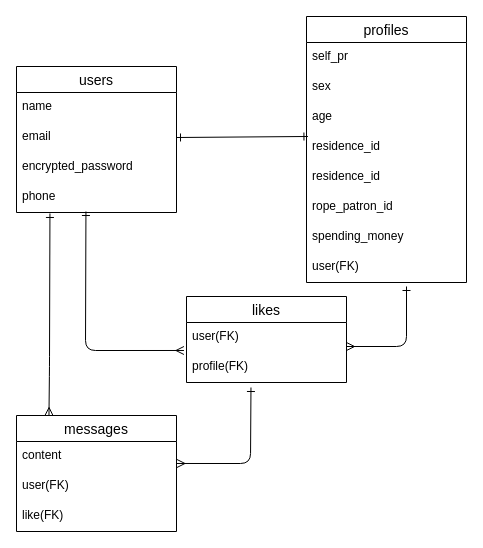
kobanagc/RopeWay keeps this draw.io diagram as ER.dio. Above is the earlier version. Source tidied: cells renumbered, new cells numbered last; positions are measured from the earlier drawing's top-left corner, leaving out a move shared by most shapes. Both pictures are drawn from the tidied source at 100%, with x=0, y=0 at pixel (16, 16).
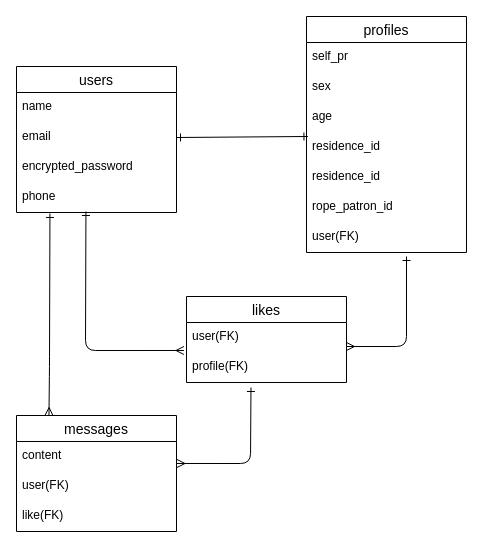
The same page after the edit.

The edit, as a diff of the source:
```diff
@@
     <mxCell id="7" value="profiles" style="swimlane;fontStyle=0;horizontal=1;startSize=26;align=center;fontSize=14;" parent="1" vertex="1">
-      <mxGeometry x="290" width="160" height="266" as="geometry" />
+      <mxGeometry x="290" width="160" height="236" as="geometry" />
     </mxCell>
@@
-    <mxCell id="14" value="spending_money" style="text;strokeColor=none;fillColor=none;spacingLeft=4;spacingRight=4;overflow=hidden;fontSize=12;" parent="7" vertex="1">
-      <mxGeometry y="206" width="160" height="30" as="geometry" />
-    </mxCell>
     <mxCell id="15" value="user(FK)" style="text;strokeColor=none;fillColor=none;spacingLeft=4;spacingRight=4;overflow=hidden;points=[[0,0.5],[1,0.5]];portConstraint=eastwest;fontSize=12;" parent="7" vertex="1">
-      <mxGeometry y="236" width="160" height="30" as="geometry" />
+      <mxGeometry y="206" width="160" height="30" as="geometry" />
     </mxCell>
```
